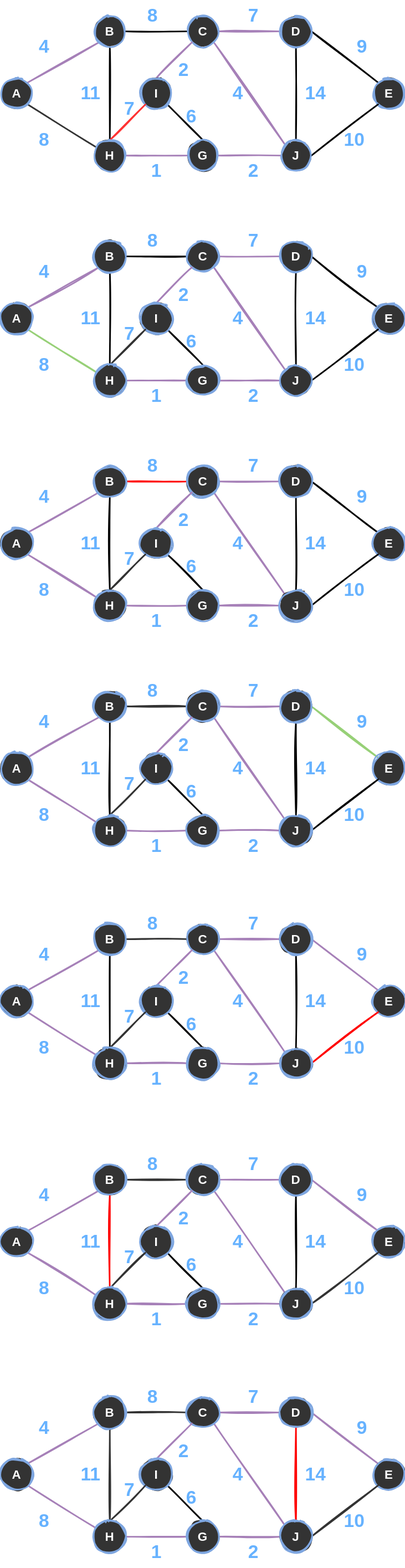
leic-pt/resumos-leic keeps this draw.io diagram as content/asa/assets/0006-kruskal-exemplo-5.svg. Above is the earlier version. Source tidied: cells renumbered, new cells last; positions are measured from the earlier drawing's top-left corner, leaving out a move shared by most shapes.
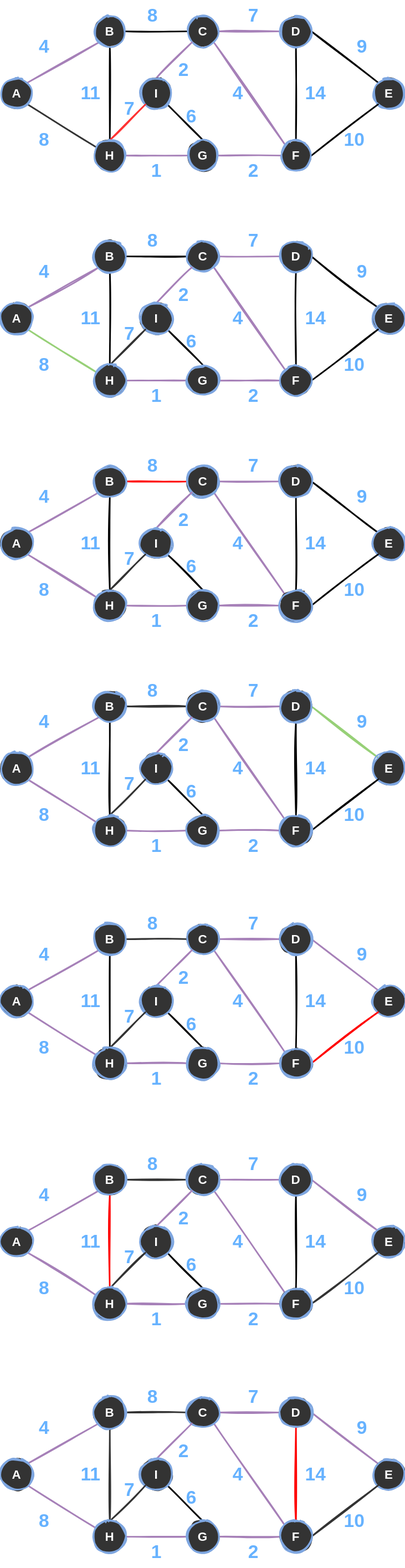
After the commit.

Commit message:
[ASA] Fix typo on Kruskal's example (#945)

Change to the diagram source:
```diff
@@ -68,7 +68,7 @@
     <mxCell id="23" style="edgeStyle=none;rounded=0;sketch=1;jettySize=auto;html=1;exitX=1;exitY=0.5;exitDx=0;exitDy=0;entryX=0;entryY=1;entryDx=0;entryDy=0;fontSize=16;endArrow=none;endFill=0;strokeWidth=2;" parent="1" edge="1" source="24" target="14">
       <mxGeometry relative="1" as="geometry" />
     </mxCell>
-    <mxCell id="24" value="J" style="ellipse;whiteSpace=wrap;html=1;sketch=1;strokeWidth=2;fillColor=#333333;fontStyle=1;fontSize=16;fontColor=#ffffff;strokeColor=#7EA6E0;fillStyle=solid;" parent="1" vertex="1">
+    <mxCell id="24" value="F" style="ellipse;whiteSpace=wrap;html=1;sketch=1;strokeWidth=2;fillColor=#333333;fontStyle=1;fontSize=16;fontColor=#ffffff;strokeColor=#7EA6E0;fillStyle=solid;" parent="1" vertex="1">
       <mxGeometry x="360" y="180" width="40" height="40" as="geometry" />
     </mxCell>
     <mxCell id="25" value="4" style="text;strokeColor=none;fillColor=none;html=1;fontSize=24;fontStyle=1;verticalAlign=middle;align=center;fontFamily=Helvetica;fontColor=#66B2FF;" parent="1" vertex="1">
@@ -179,7 +179,7 @@
     <mxCell id="60" style="edgeStyle=none;rounded=0;sketch=1;jettySize=auto;html=1;exitX=1;exitY=0.5;exitDx=0;exitDy=0;entryX=0;entryY=1;entryDx=0;entryDy=0;fontSize=16;endArrow=none;endFill=0;strokeWidth=2;" parent="1" edge="1" source="61" target="51">
       <mxGeometry relative="1" as="geometry" />
     </mxCell>
-    <mxCell id="61" value="J" style="ellipse;whiteSpace=wrap;html=1;sketch=1;strokeWidth=2;fillColor=#333333;fontStyle=1;fontSize=16;fontColor=#ffffff;strokeColor=#7EA6E0;fillStyle=solid;" parent="1" vertex="1">
+    <mxCell id="61" value="F" style="ellipse;whiteSpace=wrap;html=1;sketch=1;strokeWidth=2;fillColor=#333333;fontStyle=1;fontSize=16;fontColor=#ffffff;strokeColor=#7EA6E0;fillStyle=solid;" parent="1" vertex="1">
       <mxGeometry x="360" y="470" width="40" height="40" as="geometry" />
     </mxCell>
     <mxCell id="62" value="4" style="text;strokeColor=none;fillColor=none;html=1;fontSize=24;fontStyle=1;verticalAlign=middle;align=center;fontFamily=Helvetica;fontColor=#66B2FF;" parent="1" vertex="1">
@@ -290,7 +290,7 @@
     <mxCell id="97" style="edgeStyle=none;rounded=0;sketch=1;jettySize=auto;html=1;exitX=1;exitY=0.5;exitDx=0;exitDy=0;entryX=0;entryY=1;entryDx=0;entryDy=0;fontSize=16;endArrow=none;endFill=0;strokeWidth=2;" parent="1" edge="1" source="98" target="88">
       <mxGeometry relative="1" as="geometry" />
     </mxCell>
-    <mxCell id="98" value="J" style="ellipse;whiteSpace=wrap;html=1;sketch=1;strokeWidth=2;fillColor=#333333;fontStyle=1;fontSize=16;fontColor=#ffffff;strokeColor=#7EA6E0;fillStyle=solid;" parent="1" vertex="1">
+    <mxCell id="98" value="F" style="ellipse;whiteSpace=wrap;html=1;sketch=1;strokeWidth=2;fillColor=#333333;fontStyle=1;fontSize=16;fontColor=#ffffff;strokeColor=#7EA6E0;fillStyle=solid;" parent="1" vertex="1">
       <mxGeometry x="360" y="760" width="40" height="40" as="geometry" />
     </mxCell>
     <mxCell id="99" value="4" style="text;strokeColor=none;fillColor=none;html=1;fontSize=24;fontStyle=1;verticalAlign=middle;align=center;fontFamily=Helvetica;fontColor=#66B2FF;" parent="1" vertex="1">
@@ -401,7 +401,7 @@
     <mxCell id="134" style="edgeStyle=none;rounded=0;sketch=1;jettySize=auto;html=1;exitX=1;exitY=0.5;exitDx=0;exitDy=0;entryX=0;entryY=1;entryDx=0;entryDy=0;fontSize=16;endArrow=none;endFill=0;strokeWidth=2;" parent="1" edge="1" source="135" target="125">
       <mxGeometry relative="1" as="geometry" />
     </mxCell>
-    <mxCell id="135" value="J" style="ellipse;whiteSpace=wrap;html=1;sketch=1;strokeWidth=2;fillColor=#333333;fontStyle=1;fontSize=16;fontColor=#ffffff;strokeColor=#7EA6E0;fillStyle=solid;" parent="1" vertex="1">
+    <mxCell id="135" value="F" style="ellipse;whiteSpace=wrap;html=1;sketch=1;strokeWidth=2;fillColor=#333333;fontStyle=1;fontSize=16;fontColor=#ffffff;strokeColor=#7EA6E0;fillStyle=solid;" parent="1" vertex="1">
       <mxGeometry x="360" y="1050" width="40" height="40" as="geometry" />
     </mxCell>
     <mxCell id="136" value="4" style="text;strokeColor=none;fillColor=none;html=1;fontSize=24;fontStyle=1;verticalAlign=middle;align=center;fontFamily=Helvetica;fontColor=#66B2FF;" parent="1" vertex="1">
@@ -512,7 +512,7 @@
     <mxCell id="171" style="edgeStyle=none;rounded=0;sketch=1;jettySize=auto;html=1;exitX=1;exitY=0.5;exitDx=0;exitDy=0;entryX=0;entryY=1;entryDx=0;entryDy=0;fontSize=16;endArrow=none;endFill=0;strokeWidth=2;strokeColor=#FF0000;" parent="1" edge="1" source="172" target="162">
       <mxGeometry relative="1" as="geometry" />
     </mxCell>
-    <mxCell id="172" value="J" style="ellipse;whiteSpace=wrap;html=1;sketch=1;strokeWidth=2;fillColor=#333333;fontStyle=1;fontSize=16;fontColor=#ffffff;strokeColor=#7EA6E0;fillStyle=solid;" parent="1" vertex="1">
+    <mxCell id="172" value="F" style="ellipse;whiteSpace=wrap;html=1;sketch=1;strokeWidth=2;fillColor=#333333;fontStyle=1;fontSize=16;fontColor=#ffffff;strokeColor=#7EA6E0;fillStyle=solid;" parent="1" vertex="1">
       <mxGeometry x="360" y="1350" width="40" height="40" as="geometry" />
     </mxCell>
     <mxCell id="173" value="4" style="text;strokeColor=none;fillColor=none;html=1;fontSize=24;fontStyle=1;verticalAlign=middle;align=center;fontFamily=Helvetica;fontColor=#66B2FF;" parent="1" vertex="1">
@@ -623,7 +623,7 @@
     <mxCell id="208" style="edgeStyle=none;rounded=0;sketch=1;jettySize=auto;html=1;exitX=1;exitY=0.5;exitDx=0;exitDy=0;entryX=0;entryY=1;entryDx=0;entryDy=0;fontSize=16;endArrow=none;endFill=0;strokeWidth=2;strokeColor=#333333;" parent="1" edge="1" source="209" target="199">
       <mxGeometry relative="1" as="geometry" />
     </mxCell>
-    <mxCell id="209" value="J" style="ellipse;whiteSpace=wrap;html=1;sketch=1;strokeWidth=2;fillColor=#333333;fontStyle=1;fontSize=16;fontColor=#ffffff;strokeColor=#7EA6E0;fillStyle=solid;" parent="1" vertex="1">
+    <mxCell id="209" value="F" style="ellipse;whiteSpace=wrap;html=1;sketch=1;strokeWidth=2;fillColor=#333333;fontStyle=1;fontSize=16;fontColor=#ffffff;strokeColor=#7EA6E0;fillStyle=solid;" parent="1" vertex="1">
       <mxGeometry x="360" y="1660" width="40" height="40" as="geometry" />
     </mxCell>
     <mxCell id="210" value="4" style="text;strokeColor=none;fillColor=none;html=1;fontSize=24;fontStyle=1;verticalAlign=middle;align=center;fontFamily=Helvetica;fontColor=#66B2FF;" parent="1" vertex="1">
@@ -734,7 +734,7 @@
     <mxCell id="245" style="edgeStyle=none;rounded=0;sketch=1;jettySize=auto;html=1;exitX=1;exitY=0.5;exitDx=0;exitDy=0;entryX=0;entryY=1;entryDx=0;entryDy=0;fontSize=16;endArrow=none;endFill=0;strokeWidth=2;strokeColor=#333333;" parent="1" edge="1" source="246" target="236">
       <mxGeometry relative="1" as="geometry" />
     </mxCell>
-    <mxCell id="246" value="J" style="ellipse;whiteSpace=wrap;html=1;sketch=1;strokeWidth=2;fillColor=#333333;fontStyle=1;fontSize=16;fontColor=#ffffff;strokeColor=#7EA6E0;fillStyle=solid;" parent="1" vertex="1">
+    <mxCell id="246" value="F" style="ellipse;whiteSpace=wrap;html=1;sketch=1;strokeWidth=2;fillColor=#333333;fontStyle=1;fontSize=16;fontColor=#ffffff;strokeColor=#7EA6E0;fillStyle=solid;" parent="1" vertex="1">
       <mxGeometry x="360" y="1960" width="40" height="40" as="geometry" />
     </mxCell>
     <mxCell id="247" value="4" style="text;strokeColor=none;fillColor=none;html=1;fontSize=24;fontStyle=1;verticalAlign=middle;align=center;fontFamily=Helvetica;fontColor=#66B2FF;" parent="1" vertex="1">
```
